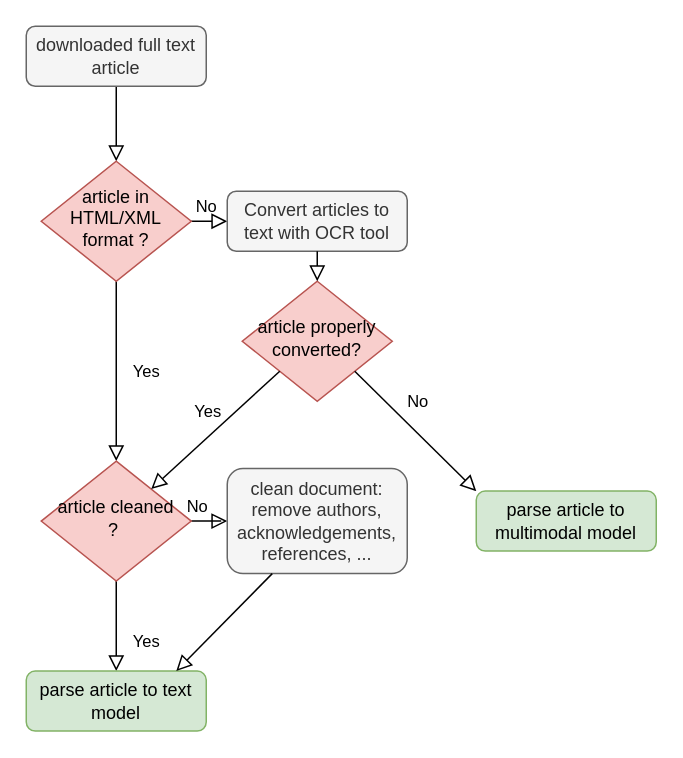
This is diagrams/figure_2.drawio from lamalab-org/matextract-book, a draw.io file, before an edit. Source tidied: cells renumbered, new cells numbered last; positions are measured from the earlier drawing's top-left corner, leaving out a move shared by most shapes. Both pictures are drawn from the tidied source at 150%, with x=0, y=0 at pixel (26, 26).
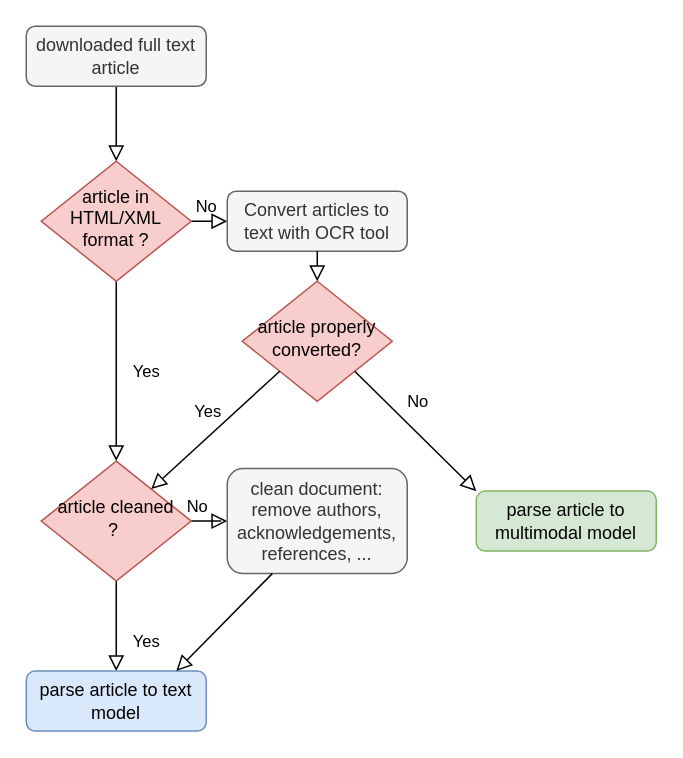
After the change.

Change to the diagram source:
```diff
@@
-    <mxCell id="11" value="parse article to text model" style="rounded=1;whiteSpace=wrap;html=1;fontSize=12;glass=0;strokeWidth=1;shadow=0;fillColor=#d5e8d4;strokeColor=#82b366;" parent="1" vertex="1">
+    <mxCell id="11" value="parse article to text model" style="rounded=1;whiteSpace=wrap;html=1;fontSize=12;glass=0;strokeWidth=1;shadow=0;fillColor=#dae8fc;strokeColor=#6c8ebf;" parent="1" vertex="1">
       <mxGeometry y="429.9" width="120" height="40" as="geometry" />
     </mxCell>
```
